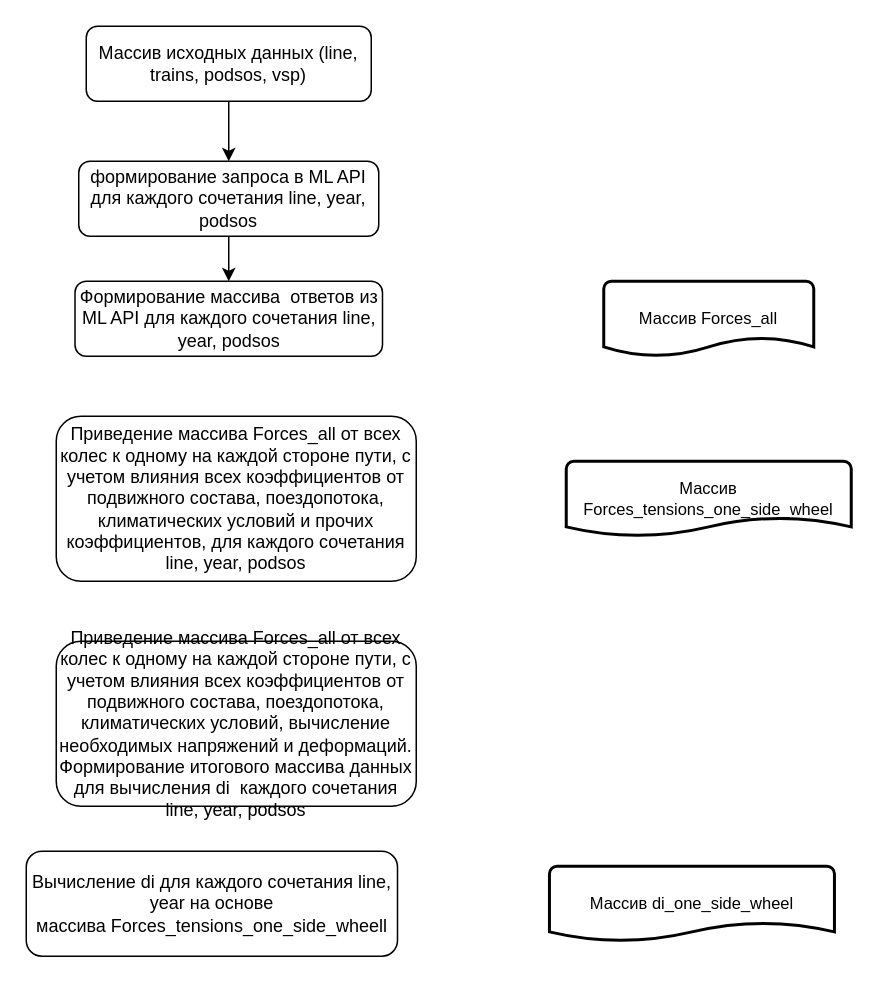
cheef78/Neiroexpert keeps this draw.io diagram as Neiroexpert_WEb/блок-схема di.drawio. Above is the earlier version. Source tidied: cells renumbered, new cells numbered last; positions are measured from the earlier drawing's top-left corner, leaving out a move shared by most shapes. Both pictures are drawn from the tidied source at 150%, with x=0, y=0 at pixel (26, 26).
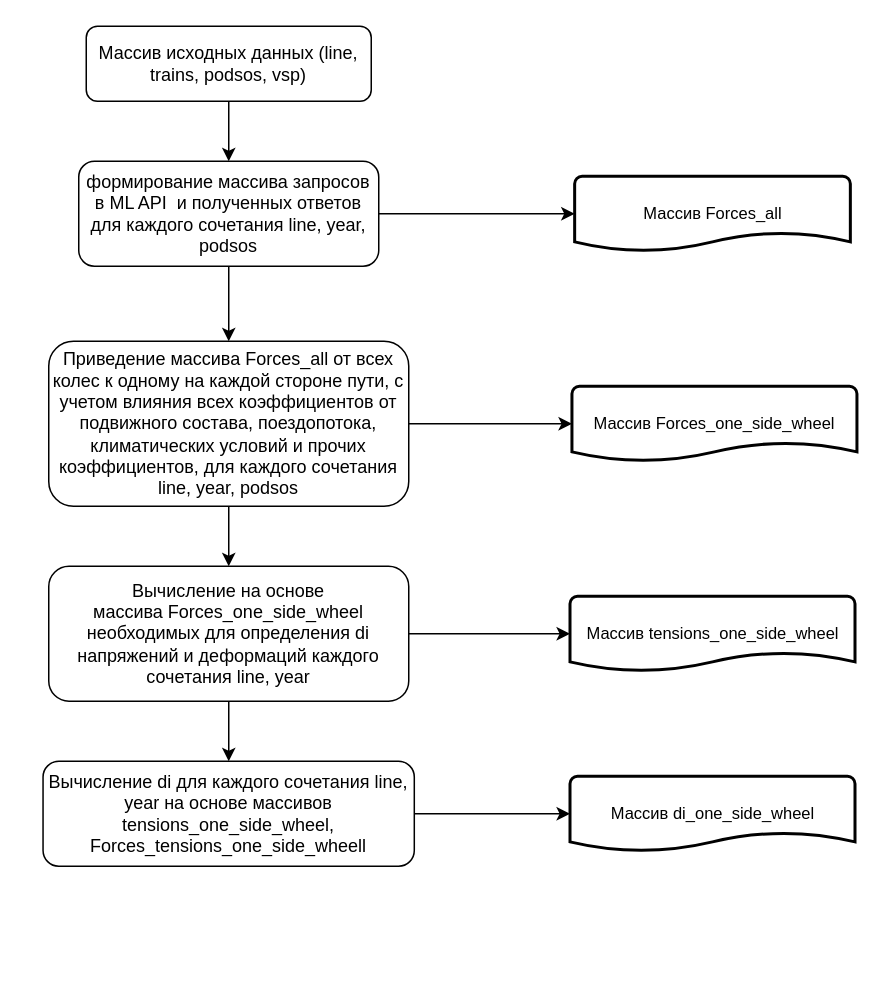
The same diagram, later.

The edit, as a diff of the source:
```diff
@@
 <mxGraphModel>
   <root>
     <mxCell id="0" />
     <mxCell id="1" parent="0" />
     <mxCell id="2" style="edgeStyle=orthogonalEdgeStyle;shape=connector;rounded=0;jettySize=auto;html=1;labelBackgroundColor=default;strokeColor=default;fontFamily=Helvetica;fontSize=11;fontColor=default;endArrow=classic;" parent="1" edge="1" source="3" target="5">
       <mxGeometry relative="1" as="geometry" />
     </mxCell>
     <mxCell id="3" value="Массив исходных данных (line, trains, podsos, vsp)" style="rounded=1;whiteSpace=wrap;html=1;fontSize=12;glass=0;strokeWidth=1;shadow=0;" parent="1" vertex="1">
       <mxGeometry x="40" width="190" height="50" as="geometry" />
     </mxCell>
-    <mxCell id="4" style="edgeStyle=orthogonalEdgeStyle;rounded=0;jettySize=auto;html=1;" parent="1" edge="1" source="5" target="6">
-      <mxGeometry relative="1" as="geometry" />
-    </mxCell>
+    <mxCell id="13" style="edgeStyle=orthogonalEdgeStyle;shape=connector;rounded=0;jettySize=auto;html=1;labelBackgroundColor=default;strokeColor=default;fontFamily=Helvetica;fontSize=11;fontColor=default;endArrow=classic;" parent="1" edge="1" source="5" target="7">
+      <mxGeometry relative="1" as="geometry" />
+    </mxCell>
-    <mxCell id="5" value="формирование запроса в ML API для каждого сочетания line, year, podsos" style="rounded=1;whiteSpace=wrap;html=1;fontSize=12;glass=0;strokeWidth=1;shadow=0;" parent="1" vertex="1">
-      <mxGeometry x="35" y="90" width="200" height="50" as="geometry" />
+    <mxCell id="5" value="формирование массива запросов в ML API&amp;nbsp; и полученных ответов для каждого сочетания line, year, podsos" style="rounded=1;whiteSpace=wrap;html=1;fontSize=12;glass=0;strokeWidth=1;shadow=0;" parent="1" vertex="1">
+      <mxGeometry x="35" y="90" width="200" height="70" as="geometry" />
     </mxCell>
-    <mxCell id="6" value="Формирование массива&amp;nbsp; ответов из ML API для каждого сочетания line, year, podsos" style="rounded=1;whiteSpace=wrap;html=1;fontSize=12;glass=0;strokeWidth=1;shadow=0;" parent="1" vertex="1">
-      <mxGeometry x="32.5" y="170" width="205" height="50" as="geometry" />
-    </mxCell>
+    <mxCell id="14" style="edgeStyle=orthogonalEdgeStyle;shape=connector;rounded=0;jettySize=auto;html=1;exitX=1;exitY=0.5;exitDx=0;exitDy=0;entryX=0;entryY=0.5;entryDx=0;entryDy=0;entryPerimeter=0;labelBackgroundColor=default;strokeColor=default;fontFamily=Helvetica;fontSize=11;fontColor=default;endArrow=classic;" parent="1" edge="1" source="5" target="9">
+      <mxGeometry relative="1" as="geometry" />
+    </mxCell>
+    <mxCell id="15" style="edgeStyle=orthogonalEdgeStyle;shape=connector;rounded=0;jettySize=auto;html=1;exitX=1;exitY=0.5;exitDx=0;exitDy=0;entryX=0;entryY=0.5;entryDx=0;entryDy=0;entryPerimeter=0;labelBackgroundColor=default;strokeColor=default;fontFamily=Helvetica;fontSize=11;fontColor=default;endArrow=classic;" parent="1" edge="1" source="7" target="10">
+      <mxGeometry relative="1" as="geometry" />
+    </mxCell>
+    <mxCell id="16" style="edgeStyle=orthogonalEdgeStyle;shape=connector;rounded=0;jettySize=auto;html=1;labelBackgroundColor=default;strokeColor=default;fontFamily=Helvetica;fontSize=11;fontColor=default;endArrow=classic;" parent="1" edge="1" source="7" target="12">
+      <mxGeometry relative="1" as="geometry" />
+    </mxCell>
     <mxCell id="7" value="Приведение массива&amp;nbsp;Forces_all от&amp;nbsp;всех колес к одному на каждой стороне пути, с учетом влияния всех коэффициентов от подвижного состава, поездопотока, климатических условий и прочих коэффициентов, для каждого сочетания line, year, podsos" style="rounded=1;whiteSpace=wrap;html=1;" parent="1" vertex="1">
-      <mxGeometry x="20" y="260" width="240" height="110" as="geometry" />
+      <mxGeometry x="15" y="210" width="240" height="110" as="geometry" />
     </mxCell>
+    <mxCell id="17" style="edgeStyle=orthogonalEdgeStyle;shape=connector;rounded=0;jettySize=auto;html=1;labelBackgroundColor=default;strokeColor=default;fontFamily=Helvetica;fontSize=11;fontColor=default;endArrow=classic;" parent="1" edge="1" source="8" target="11">
+      <mxGeometry relative="1" as="geometry" />
+    </mxCell>
-    <mxCell id="8" value="Вычисление di для каждого сочетания line, year на основе массива&amp;nbsp;Forces_tensions_one_side_wheell" style="rounded=1;whiteSpace=wrap;html=1;" parent="1" vertex="1">
-      <mxGeometry y="550" width="247.5" height="70" as="geometry" />
+    <mxCell id="8" value="Вычисление di для каждого сочетания line, year на основе массивов tensions_one_side_wheel,&lt;br&gt;Forces_tensions_one_side_wheell" style="rounded=1;whiteSpace=wrap;html=1;" parent="1" vertex="1">
+      <mxGeometry x="11.2" y="490" width="247.5" height="70" as="geometry" />
     </mxCell>
     <mxCell id="9" value="Массив Forces_all" style="strokeWidth=2;html=1;shape=mxgraph.flowchart.document2;whiteSpace=wrap;size=0.25;fontFamily=Helvetica;fontSize=11;fontColor=default;" parent="1" vertex="1">
-      <mxGeometry x="385" y="170" width="140" height="50" as="geometry" />
+      <mxGeometry x="365.6" y="100" width="183.8" height="50" as="geometry" />
     </mxCell>
-    <mxCell id="10" value="Массив Forces_tensions_one_side_wheel" style="strokeWidth=2;html=1;shape=mxgraph.flowchart.document2;whiteSpace=wrap;size=0.25;fontFamily=Helvetica;fontSize=11;fontColor=default;" parent="1" vertex="1">
-      <mxGeometry x="360" y="290" width="190" height="50" as="geometry" />
+    <mxCell id="10" value="Массив Forces_one_side_wheel" style="strokeWidth=2;html=1;shape=mxgraph.flowchart.document2;whiteSpace=wrap;size=0.25;fontFamily=Helvetica;fontSize=11;fontColor=default;" parent="1" vertex="1">
+      <mxGeometry x="363.8" y="240" width="190" height="50" as="geometry" />
     </mxCell>
     <mxCell id="11" value="Массив di_one_side_wheel" style="strokeWidth=2;html=1;shape=mxgraph.flowchart.document2;whiteSpace=wrap;size=0.25;fontFamily=Helvetica;fontSize=11;fontColor=default;" parent="1" vertex="1">
-      <mxGeometry x="348.8" y="560" width="190" height="50" as="geometry" />
+      <mxGeometry x="362.5" y="500" width="190" height="50" as="geometry" />
     </mxCell>
+    <mxCell id="18" style="edgeStyle=orthogonalEdgeStyle;shape=connector;rounded=0;jettySize=auto;html=1;labelBackgroundColor=default;strokeColor=default;fontFamily=Helvetica;fontSize=11;fontColor=default;endArrow=classic;" parent="1" edge="1" source="12" target="8">
+      <mxGeometry relative="1" as="geometry" />
+    </mxCell>
+    <mxCell id="19" style="edgeStyle=orthogonalEdgeStyle;shape=connector;rounded=0;jettySize=auto;html=1;labelBackgroundColor=default;strokeColor=default;fontFamily=Helvetica;fontSize=11;fontColor=default;endArrow=classic;" parent="1" edge="1" source="12" target="20">
+      <mxGeometry relative="1" as="geometry" />
+    </mxCell>
-    <mxCell id="12" value="Приведение массива&amp;nbsp;Forces_all от&amp;nbsp;всех колес к одному на каждой стороне пути, с учетом влияния всех коэффициентов от подвижного состава, поездопотока, климатических условий, вычисление необходимых напряжений и деформаций. Формирование итогового массива данных для&amp;nbsp;вычисления di&amp;nbsp; каждого сочетания line, year, podsos" style="rounded=1;whiteSpace=wrap;html=1;" parent="1" vertex="1">
-      <mxGeometry x="20" y="410" width="240" height="110" as="geometry" />
+    <mxCell id="12" value="Вычисление на основе массива&amp;nbsp;Forces_one_side_wheel&lt;br&gt;&amp;nbsp;необходимых для&amp;nbsp;определения di&amp;nbsp;&lt;br&gt;напряжений и деформаций&amp;nbsp;каждого сочетания line, year" style="rounded=1;whiteSpace=wrap;html=1;" parent="1" vertex="1">
+      <mxGeometry x="15" y="360" width="240" height="90" as="geometry" />
     </mxCell>
+    <mxCell id="20" value="Массив tensions_one_side_wheel" style="strokeWidth=2;html=1;shape=mxgraph.flowchart.document2;whiteSpace=wrap;size=0.25;fontFamily=Helvetica;fontSize=11;fontColor=default;" parent="1" vertex="1">
+      <mxGeometry x="362.5" y="380" width="190" height="50" as="geometry" />
+    </mxCell>
   </root>
 </mxGraphModel>
```
